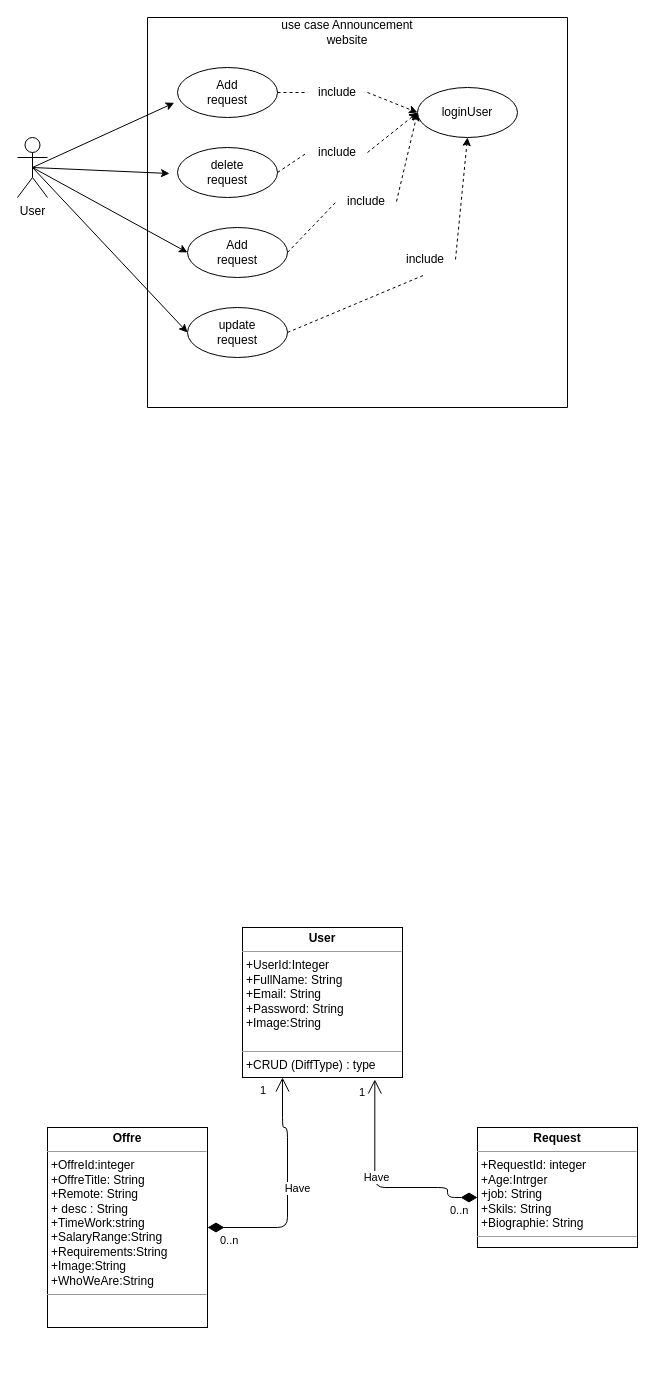
This is diagram.drawio from Elkafhi-Youssef/Announcement_website, a draw.io file, before an edit. Source tidied: cells renumbered, new cells numbered last; positions are measured from the earlier drawing's top-left corner, leaving out a move shared by most shapes. Both pictures are drawn from the tidied source at 100%, with x=0, y=0 at pixel (17, 17).
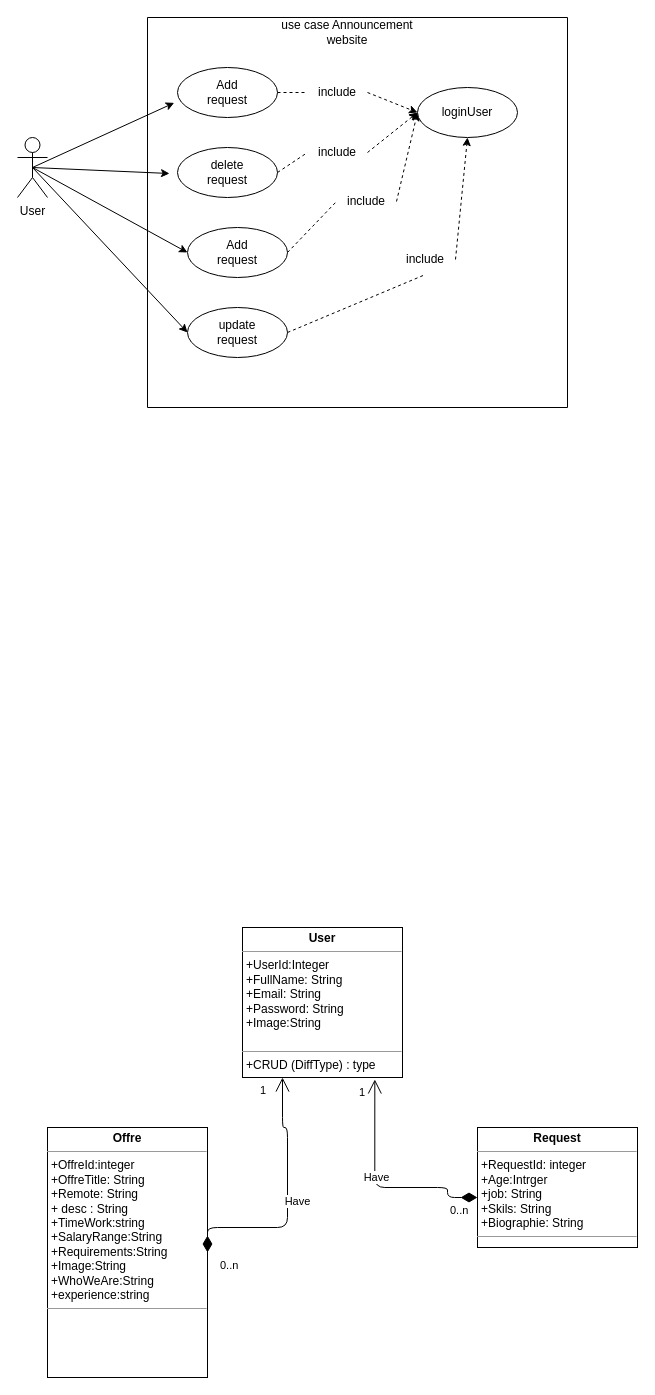
The same diagram, later.

What changed in the source:
```diff
@@
-    <mxCell id="33" value="&lt;p style=&quot;margin: 0px ; margin-top: 4px ; text-align: center&quot;&gt;&lt;b&gt;Offre&lt;/b&gt;&lt;/p&gt;&lt;hr size=&quot;1&quot;&gt;&lt;p style=&quot;margin: 0px ; margin-left: 4px&quot;&gt;+OffreId:integer&lt;/p&gt;&lt;p style=&quot;margin: 0px ; margin-left: 4px&quot;&gt;+OffreTitle: String&lt;/p&gt;&lt;p style=&quot;margin: 0px ; margin-left: 4px&quot;&gt;+Remote: String&lt;/p&gt;&lt;p style=&quot;margin: 0px ; margin-left: 4px&quot;&gt;+ desc : String&lt;/p&gt;&lt;p style=&quot;margin: 0px ; margin-left: 4px&quot;&gt;+TimeWork:string&lt;/p&gt;&lt;p style=&quot;margin: 0px ; margin-left: 4px&quot;&gt;+SalaryRange:String&lt;/p&gt;&lt;p style=&quot;margin: 0px ; margin-left: 4px&quot;&gt;+Requirements:String&lt;/p&gt;&lt;p style=&quot;margin: 0px ; margin-left: 4px&quot;&gt;+Image:String&lt;/p&gt;&lt;p style=&quot;margin: 0px ; margin-left: 4px&quot;&gt;+WhoWeAre:String&lt;/p&gt;&lt;hr size=&quot;1&quot;&gt;&lt;p style=&quot;margin: 0px ; margin-left: 4px&quot;&gt;&lt;br&gt;&lt;/p&gt;" style="verticalAlign=top;align=left;overflow=fill;fontSize=12;fontFamily=Helvetica;html=1;" parent="1" vertex="1">
-      <mxGeometry x="30" y="1110" width="160" height="200" as="geometry" />
+    <mxCell id="33" value="&lt;p style=&quot;margin: 0px ; margin-top: 4px ; text-align: center&quot;&gt;&lt;b&gt;Offre&lt;/b&gt;&lt;/p&gt;&lt;hr size=&quot;1&quot;&gt;&lt;p style=&quot;margin: 0px ; margin-left: 4px&quot;&gt;+OffreId:integer&lt;/p&gt;&lt;p style=&quot;margin: 0px ; margin-left: 4px&quot;&gt;+OffreTitle: String&lt;/p&gt;&lt;p style=&quot;margin: 0px ; margin-left: 4px&quot;&gt;+Remote: String&lt;/p&gt;&lt;p style=&quot;margin: 0px ; margin-left: 4px&quot;&gt;+ desc : String&lt;/p&gt;&lt;p style=&quot;margin: 0px ; margin-left: 4px&quot;&gt;+TimeWork:string&lt;/p&gt;&lt;p style=&quot;margin: 0px ; margin-left: 4px&quot;&gt;+SalaryRange:String&lt;/p&gt;&lt;p style=&quot;margin: 0px ; margin-left: 4px&quot;&gt;+Requirements:String&lt;/p&gt;&lt;p style=&quot;margin: 0px ; margin-left: 4px&quot;&gt;+Image:String&lt;/p&gt;&lt;p style=&quot;margin: 0px ; margin-left: 4px&quot;&gt;+WhoWeAre:String&lt;/p&gt;&lt;p style=&quot;margin: 0px ; margin-left: 4px&quot;&gt;+experience:string&lt;/p&gt;&lt;hr size=&quot;1&quot;&gt;&lt;p style=&quot;margin: 0px ; margin-left: 4px&quot;&gt;&lt;br&gt;&lt;/p&gt;" style="verticalAlign=top;align=left;overflow=fill;fontSize=12;fontFamily=Helvetica;html=1;" parent="1" vertex="1">
+      <mxGeometry x="30" y="1110" width="160" height="250" as="geometry" />
     </mxCell>
```
